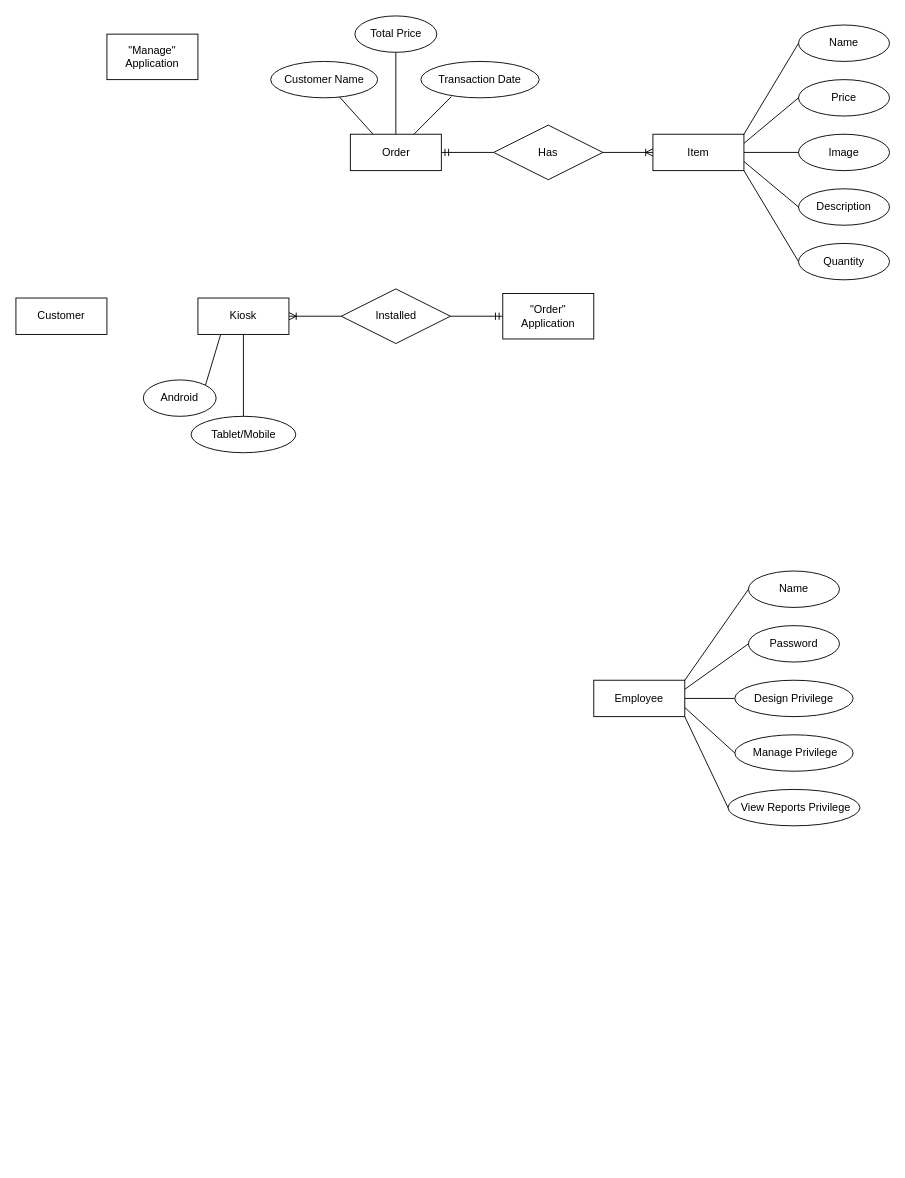
The draw.io diagram DOCS/Diagrams/Traditional ERD Diagram.drawio in alexxGmZ/MenuMaApp, before the edit. Source tidied: cells renumbered, new cells numbered last; positions are measured from the earlier drawing's top-left corner, leaving out a move shared by most shapes. Both pictures are drawn from the tidied source at 91%, with x=0, y=0 at pixel (15, 15).
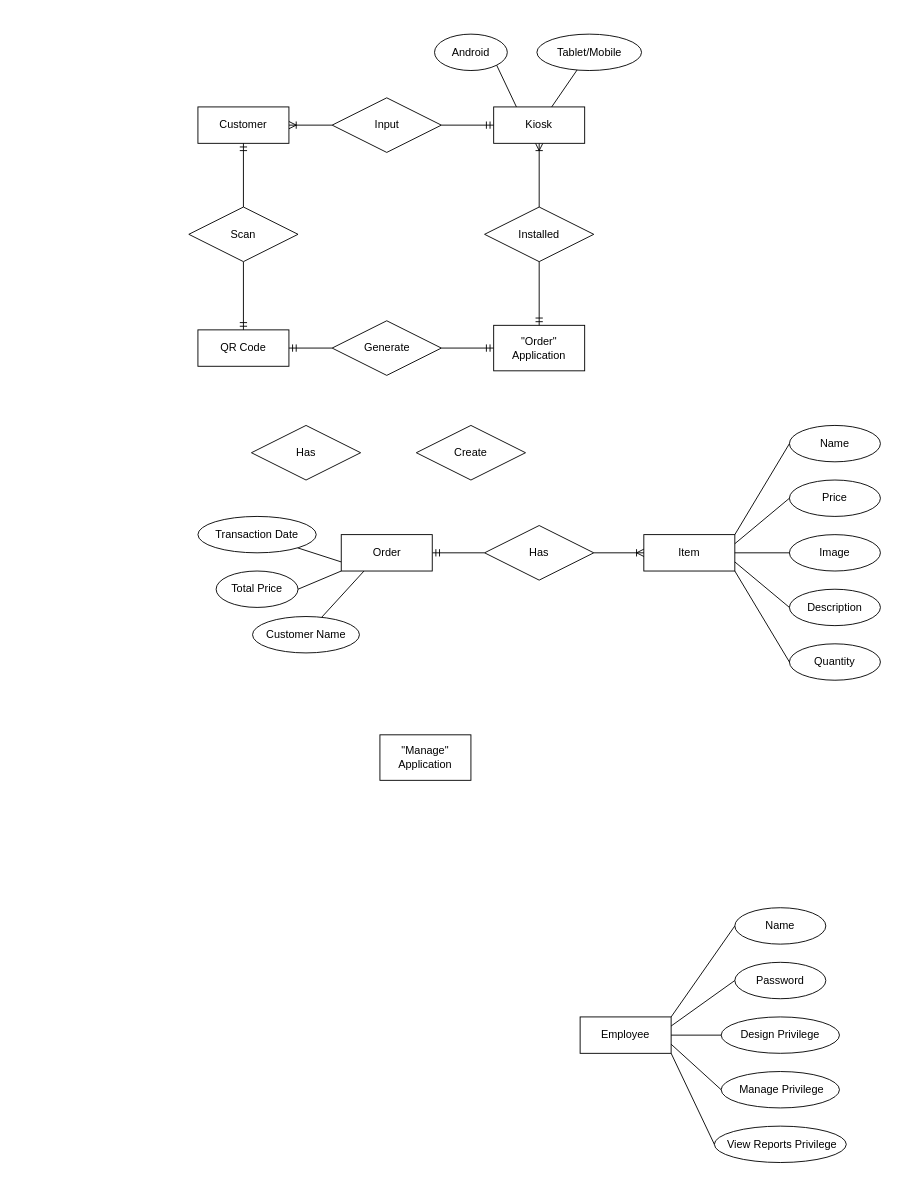
The same page after the edit.

Commit message:
diagram(erd): reorganize

What changed in the source:
```diff
@@
     <mxCell id="2" value="Name" style="ellipse;whiteSpace=wrap;html=1;align=center;" parent="1" vertex="1">
-      <mxGeometry x="860" y="10" width="100" height="40" as="geometry" />
+      <mxGeometry x="850" y="450" width="100" height="40" as="geometry" />
     </mxCell>
@@
     <mxCell id="4" value="Item" style="whiteSpace=wrap;html=1;align=center;" parent="1" vertex="1">
-      <mxGeometry x="700" y="130" width="100" height="40" as="geometry" />
+      <mxGeometry x="690" y="570" width="100" height="40" as="geometry" />
     </mxCell>
+    <mxCell id="45" style="edgeStyle=none;html=1;entryX=0;entryY=0.5;entryDx=0;entryDy=0;startArrow=ERoneToMany;startFill=0;endArrow=none;endFill=0;" parent="1" edge="1" source="5" target="47">
+      <mxGeometry relative="1" as="geometry" />
+    </mxCell>
     <mxCell id="5" value="Customer" style="whiteSpace=wrap;html=1;align=center;" parent="1" vertex="1">
-      <mxGeometry y="310" width="100" height="40" as="geometry" />
+      <mxGeometry x="200" y="100" width="100" height="40" as="geometry" />
     </mxCell>
@@
     <mxCell id="7" value="Employee" style="whiteSpace=wrap;html=1;align=center;" parent="1" vertex="1">
-      <mxGeometry x="635" y="730" width="100" height="40" as="geometry" />
+      <mxGeometry x="620" y="1100" width="100" height="40" as="geometry" />
     </mxCell>
     <mxCell id="8" value="Price" style="ellipse;whiteSpace=wrap;html=1;align=center;" parent="1" vertex="1">
-      <mxGeometry x="860" y="70" width="100" height="40" as="geometry" />
+      <mxGeometry x="850" y="510" width="100" height="40" as="geometry" />
     </mxCell>
     <mxCell id="9" value="Image" style="ellipse;whiteSpace=wrap;html=1;align=center;" parent="1" vertex="1">
-      <mxGeometry x="860" y="130" width="100" height="40" as="geometry" />
+      <mxGeometry x="850" y="570" width="100" height="40" as="geometry" />
     </mxCell>
     <mxCell id="10" value="Description" style="ellipse;whiteSpace=wrap;html=1;align=center;" parent="1" vertex="1">
-      <mxGeometry x="860" y="190" width="100" height="40" as="geometry" />
+      <mxGeometry x="850" y="630" width="100" height="40" as="geometry" />
     </mxCell>
     <mxCell id="11" value="Name" style="ellipse;whiteSpace=wrap;html=1;align=center;" parent="1" vertex="1">
-      <mxGeometry x="805" y="610" width="100" height="40" as="geometry" />
+      <mxGeometry x="790" y="980" width="100" height="40" as="geometry" />
     </mxCell>
     <mxCell id="12" value="Password" style="ellipse;whiteSpace=wrap;html=1;align=center;" parent="1" vertex="1">
-      <mxGeometry x="805" y="670" width="100" height="40" as="geometry" />
+      <mxGeometry x="790" y="1040" width="100" height="40" as="geometry" />
     </mxCell>
     <mxCell id="13" value="Design Privilege" style="ellipse;whiteSpace=wrap;html=1;align=center;" parent="1" vertex="1">
-      <mxGeometry x="790" y="730" width="130" height="40" as="geometry" />
+      <mxGeometry x="775" y="1100" width="130" height="40" as="geometry" />
     </mxCell>
     <mxCell id="14" value="&amp;nbsp;Manage Privilege" style="ellipse;whiteSpace=wrap;html=1;align=center;" parent="1" vertex="1">
-      <mxGeometry x="790" y="790" width="130" height="40" as="geometry" />
+      <mxGeometry x="775" y="1160" width="130" height="40" as="geometry" />
     </mxCell>
     <mxCell id="15" value="&amp;nbsp;View Reports Privilege" style="ellipse;whiteSpace=wrap;html=1;align=center;" parent="1" vertex="1">
-      <mxGeometry x="782.5" y="850" width="145" height="40" as="geometry" />
+      <mxGeometry x="767.5" y="1220" width="145" height="40" as="geometry" />
     </mxCell>
-    <mxCell id="16" style="edgeStyle=none;html=1;entryX=0.5;entryY=1;entryDx=0;entryDy=0;endArrow=none;endFill=0;exitX=0.5;exitY=0;exitDx=0;exitDy=0;" parent="1" edge="1" source="20" target="32">
+    <mxCell id="16" style="edgeStyle=none;html=1;entryX=1;entryY=0.5;entryDx=0;entryDy=0;endArrow=none;endFill=0;exitX=0;exitY=1;exitDx=0;exitDy=0;" parent="1" edge="1" source="20" target="32">
       <mxGeometry relative="1" as="geometry" />
     </mxCell>
-    <mxCell id="17" style="edgeStyle=none;html=1;entryX=0.258;entryY=0.967;entryDx=0;entryDy=0;endArrow=none;endFill=0;entryPerimeter=0;" parent="1" edge="1" source="20" target="26">
+    <mxCell id="17" style="edgeStyle=none;html=1;endArrow=none;endFill=0;exitX=0;exitY=0.75;exitDx=0;exitDy=0;" parent="1" edge="1" source="20" target="26">
       <mxGeometry relative="1" as="geometry" />
     </mxCell>
-    <mxCell id="18" style="edgeStyle=none;html=1;exitX=0.25;exitY=0;exitDx=0;exitDy=0;endArrow=none;endFill=0;" parent="1" edge="1" source="20" target="33">
+    <mxCell id="18" style="edgeStyle=none;html=1;exitX=0.25;exitY=1;exitDx=0;exitDy=0;endArrow=none;endFill=0;" parent="1" edge="1" source="20" target="33">
       <mxGeometry relative="1" as="geometry" />
     </mxCell>
@@
     <mxCell id="20" value="Order" style="whiteSpace=wrap;html=1;align=center;" parent="1" vertex="1">
-      <mxGeometry x="367.5" y="130" width="100" height="40" as="geometry" />
+      <mxGeometry x="357.5" y="570" width="100" height="40" as="geometry" />
     </mxCell>
     <mxCell id="21" value="&quot;Manage&quot; Application" style="whiteSpace=wrap;html=1;align=center;" parent="1" vertex="1">
-      <mxGeometry x="100" y="20" width="100" height="50" as="geometry" />
+      <mxGeometry x="400" y="790" width="100" height="50" as="geometry" />
     </mxCell>
@@
     <mxCell id="26" value="Transaction Date" style="ellipse;whiteSpace=wrap;html=1;align=center;" parent="1" vertex="1">
-      <mxGeometry x="445" y="50" width="130" height="40" as="geometry" />
+      <mxGeometry x="200" y="550" width="130" height="40" as="geometry" />
     </mxCell>
@@
     <mxCell id="28" style="endArrow=none;html=1;rounded=0;entryX=0;entryY=0.5;entryDx=0;entryDy=0;" parent="1" edge="1" target="10">
       <mxGeometry relative="1" as="geometry">
-        <mxPoint x="800" y="160" as="sourcePoint" />
+        <mxPoint x="790" y="600" as="sourcePoint" />
       </mxGeometry>
     </mxCell>
@@
     <mxCell id="31" value="Quantity" style="ellipse;whiteSpace=wrap;html=1;align=center;" parent="1" vertex="1">
-      <mxGeometry x="860" y="250" width="100" height="40" as="geometry" />
+      <mxGeometry x="850" y="690" width="100" height="40" as="geometry" />
     </mxCell>
     <mxCell id="32" value="Total Price" style="ellipse;whiteSpace=wrap;html=1;align=center;" parent="1" vertex="1">
-      <mxGeometry x="372.5" width="90" height="40" as="geometry" />
+      <mxGeometry x="220" y="610" width="90" height="40" as="geometry" />
     </mxCell>
     <mxCell id="33" value="Customer Name" style="ellipse;whiteSpace=wrap;html=1;align=center;" parent="1" vertex="1">
-      <mxGeometry x="280" y="50" width="117.5" height="40" as="geometry" />
+      <mxGeometry x="260" y="660" width="117.5" height="40" as="geometry" />
     </mxCell>
@@
     <mxCell id="35" value="Has" style="shape=rhombus;perimeter=rhombusPerimeter;whiteSpace=wrap;html=1;align=center;" parent="1" vertex="1">
-      <mxGeometry x="525" y="120" width="120" height="60" as="geometry" />
+      <mxGeometry x="515" y="560" width="120" height="60" as="geometry" />
     </mxCell>
-    <mxCell id="36" style="edgeStyle=none;html=1;exitX=1;exitY=0.5;exitDx=0;exitDy=0;startArrow=ERoneToMany;startFill=0;endArrow=none;endFill=0;" parent="1" edge="1" source="37" target="44">
+    <mxCell id="36" style="edgeStyle=none;html=1;startArrow=ERoneToMany;startFill=0;endArrow=none;endFill=0;" parent="1" edge="1" source="37" target="44">
       <mxGeometry relative="1" as="geometry" />
     </mxCell>
     <mxCell id="37" value="Kiosk" style="whiteSpace=wrap;html=1;align=center;" parent="1" vertex="1">
-      <mxGeometry x="200" y="310" width="100" height="40" as="geometry" />
+      <mxGeometry x="525" y="100" width="100" height="40" as="geometry" />
     </mxCell>
     <mxCell id="38" value="Android" style="ellipse;whiteSpace=wrap;html=1;align=center;" parent="1" vertex="1">
-      <mxGeometry x="140" y="400" width="80" height="40" as="geometry" />
+      <mxGeometry x="460" y="20" width="80" height="40" as="geometry" />
     </mxCell>
     <mxCell id="39" value="Tablet/Mobile" style="ellipse;whiteSpace=wrap;html=1;align=center;" parent="1" vertex="1">
-      <mxGeometry x="192.5" y="440" width="115" height="40" as="geometry" />
+      <mxGeometry x="572.5" y="20" width="115" height="40" as="geometry" />
     </mxCell>
-    <mxCell id="40" style="endArrow=none;html=1;rounded=0;exitX=0.5;exitY=1;exitDx=0;exitDy=0;entryX=0.5;entryY=0;entryDx=0;entryDy=0;" parent="1" edge="1" source="37" target="39">
+    <mxCell id="40" style="endArrow=none;html=1;rounded=0;" parent="1" edge="1" source="37" target="39">
       <mxGeometry relative="1" as="geometry" />
     </mxCell>
-    <mxCell id="41" style="endArrow=none;html=1;rounded=0;exitX=0.25;exitY=1;exitDx=0;exitDy=0;entryX=1;entryY=0;entryDx=0;entryDy=0;" parent="1" edge="1" source="37" target="38">
+    <mxCell id="41" style="endArrow=none;html=1;rounded=0;exitX=0.25;exitY=0;exitDx=0;exitDy=0;entryX=1;entryY=1;entryDx=0;entryDy=0;" parent="1" edge="1" source="37" target="38">
       <mxGeometry relative="1" as="geometry" />
     </mxCell>
     <mxCell id="42" value="&quot;Order&quot; Application" style="whiteSpace=wrap;html=1;align=center;" parent="1" vertex="1">
-      <mxGeometry x="535" y="305" width="100" height="50" as="geometry" />
+      <mxGeometry x="525" y="340" width="100" height="50" as="geometry" />
     </mxCell>
-    <mxCell id="43" style="edgeStyle=none;html=1;exitX=1;exitY=0.5;exitDx=0;exitDy=0;entryX=0;entryY=0.5;entryDx=0;entryDy=0;startArrow=none;startFill=0;endArrow=ERmandOne;endFill=0;" parent="1" edge="1" source="44" target="42">
+    <mxCell id="43" style="edgeStyle=none;html=1;exitX=0.5;exitY=1;exitDx=0;exitDy=0;entryX=0.5;entryY=0;entryDx=0;entryDy=0;startArrow=none;startFill=0;endArrow=ERmandOne;endFill=0;" parent="1" edge="1" source="44" target="42">
       <mxGeometry relative="1" as="geometry" />
     </mxCell>
     <mxCell id="44" value="Installed" style="shape=rhombus;perimeter=rhombusPerimeter;whiteSpace=wrap;html=1;align=center;" parent="1" vertex="1">
-      <mxGeometry x="357.5" y="300" width="120" height="60" as="geometry" />
+      <mxGeometry x="515" y="210" width="120" height="60" as="geometry" />
     </mxCell>
+    <mxCell id="46" style="edgeStyle=none;html=1;entryX=0;entryY=0.5;entryDx=0;entryDy=0;startArrow=none;startFill=0;endArrow=ERmandOne;endFill=0;exitX=1;exitY=0.5;exitDx=0;exitDy=0;" parent="1" edge="1" source="47" target="37">
+      <mxGeometry relative="1" as="geometry" />
+    </mxCell>
+    <mxCell id="47" value="Input" style="shape=rhombus;perimeter=rhombusPerimeter;whiteSpace=wrap;html=1;align=center;" parent="1" vertex="1">
+      <mxGeometry x="347.5" y="90" width="120" height="60" as="geometry" />
+    </mxCell>
+    <mxCell id="48" value="QR Code" style="whiteSpace=wrap;html=1;align=center;" parent="1" vertex="1">
+      <mxGeometry x="200" y="345" width="100" height="40" as="geometry" />
+    </mxCell>
+    <mxCell id="49" style="edgeStyle=none;html=1;exitX=1;exitY=0.5;exitDx=0;exitDy=0;startArrow=none;startFill=0;endArrow=ERmandOne;endFill=0;" parent="1" edge="1" source="51" target="42">
+      <mxGeometry relative="1" as="geometry" />
+    </mxCell>
+    <mxCell id="50" style="edgeStyle=none;html=1;exitX=0;exitY=0.5;exitDx=0;exitDy=0;entryX=1;entryY=0.5;entryDx=0;entryDy=0;startArrow=none;startFill=0;endArrow=ERmandOne;endFill=0;" parent="1" edge="1" source="51" target="48">
+      <mxGeometry relative="1" as="geometry" />
+    </mxCell>
+    <mxCell id="51" value="Generate" style="shape=rhombus;perimeter=rhombusPerimeter;whiteSpace=wrap;html=1;align=center;" parent="1" vertex="1">
+      <mxGeometry x="347.5" y="335" width="120" height="60" as="geometry" />
+    </mxCell>
+    <mxCell id="52" style="edgeStyle=none;html=1;exitX=0.5;exitY=1;exitDx=0;exitDy=0;entryX=0.5;entryY=0;entryDx=0;entryDy=0;startArrow=none;startFill=0;endArrow=ERmandOne;endFill=0;" parent="1" edge="1" source="54" target="48">
+      <mxGeometry relative="1" as="geometry" />
+    </mxCell>
+    <mxCell id="53" style="edgeStyle=none;html=1;exitX=0.5;exitY=0;exitDx=0;exitDy=0;entryX=0.5;entryY=1;entryDx=0;entryDy=0;startArrow=none;startFill=0;endArrow=ERmandOne;endFill=0;" parent="1" edge="1" source="54" target="5">
+      <mxGeometry relative="1" as="geometry" />
+    </mxCell>
+    <mxCell id="54" value="Scan" style="shape=rhombus;perimeter=rhombusPerimeter;whiteSpace=wrap;html=1;align=center;" parent="1" vertex="1">
+      <mxGeometry x="190" y="210" width="120" height="60" as="geometry" />
+    </mxCell>
+    <mxCell id="55" value="Create" style="shape=rhombus;perimeter=rhombusPerimeter;whiteSpace=wrap;html=1;align=center;" parent="1" vertex="1">
+      <mxGeometry x="440" y="450" width="120" height="60" as="geometry" />
+    </mxCell>
+    <mxCell id="56" value="Has" style="shape=rhombus;perimeter=rhombusPerimeter;whiteSpace=wrap;html=1;align=center;" parent="1" vertex="1">
+      <mxGeometry x="258.8" y="450" width="120" height="60" as="geometry" />
+    </mxCell>
```
